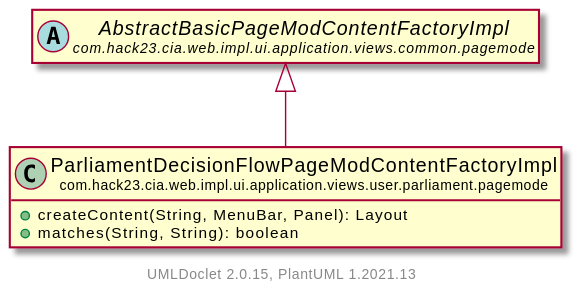
Earlier version of the PlantUML export testapidocs/com/hack23/cia/web/impl/ui/application/views/user/parliament/pagemode/ParliamentDecisionFlowPageModContentFactoryImpl.svg (Hack23/cia).
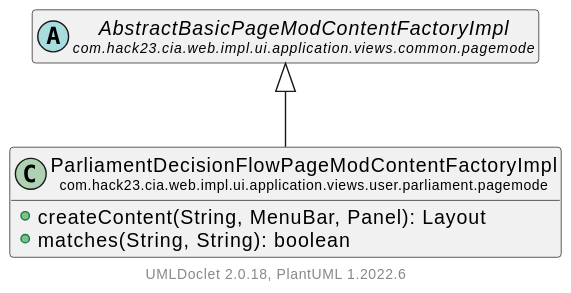
Above is the later version.

The edit, as a diff of the source:
```diff
@@ -12,5 +12,5 @@
 
     com.hack23.cia.web.impl.ui.application.views.common.pagemode.AbstractBasicPageModContentFactoryImpl <|-- com.hack23.cia.web.impl.ui.application.views.user.parliament.pagemode.ParliamentDecisionFlowPageModContentFactoryImpl
 
-    center footer UMLDoclet 2.0.15, PlantUML 1.2021.13
+    center footer UMLDoclet 2.0.18, PlantUML 1.2022.6
 @enduml
```
